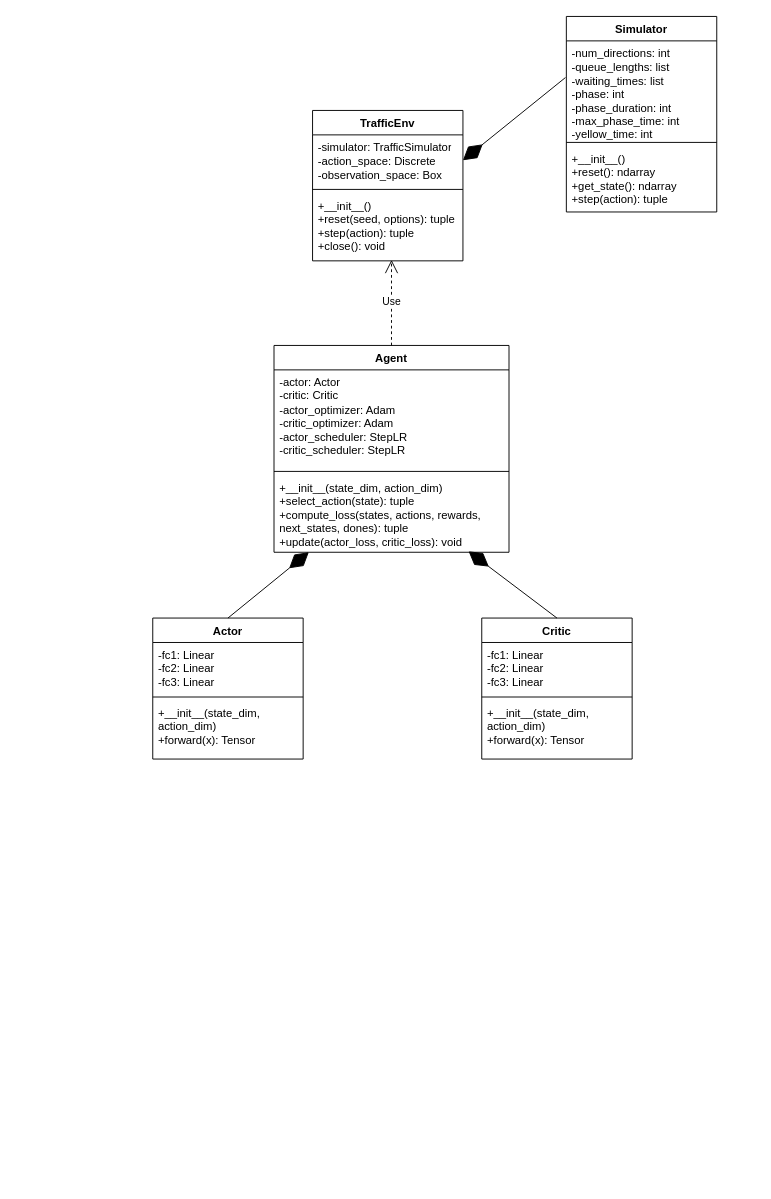
Before: IDEF0 актор-критик.drawio in krasov-rf/EDU, a draw.io diagram. Source tidied: cells renumbered, new cells numbered last; positions are measured from the earlier drawing's top-left corner, leaving out a move shared by most shapes. Both pictures are drawn from the tidied source at 94%, with x=0, y=0 at pixel (152, 16).
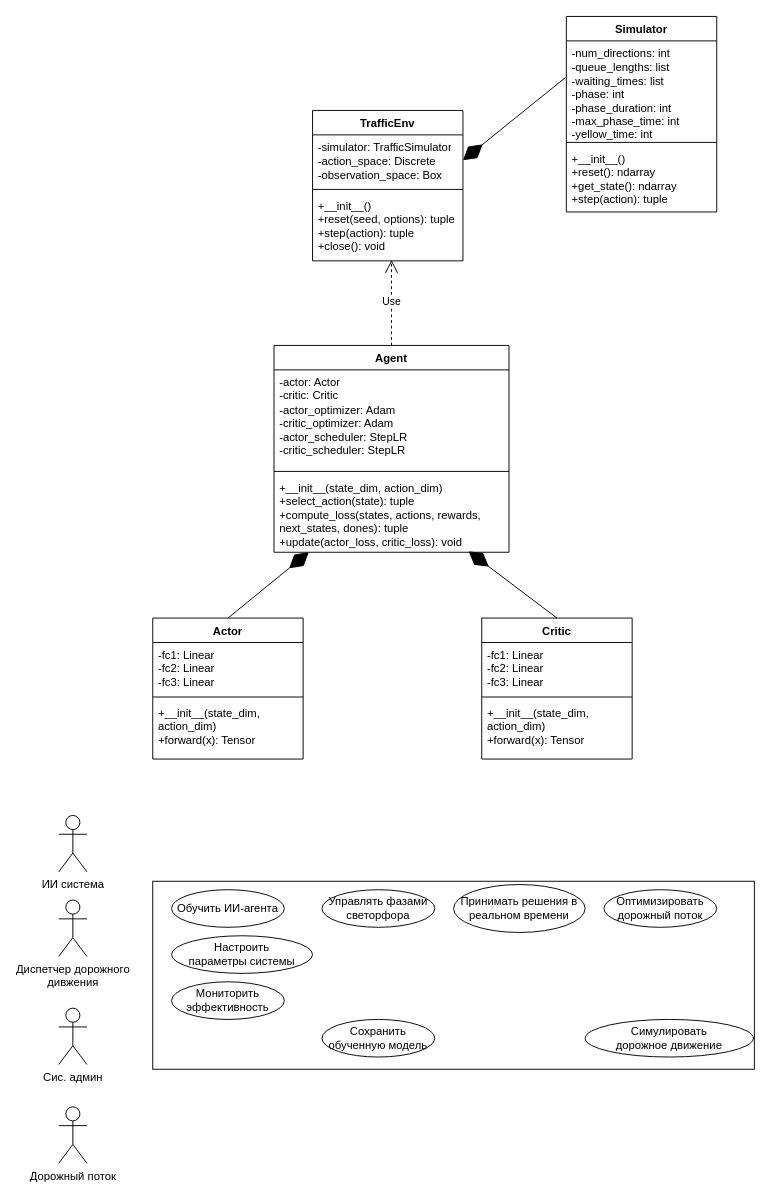
The same diagram, later.

Diff of the diagram source:
```diff
@@
+    <mxCell id="26" style="rounded=0;whiteSpace=wrap;html=1;" parent="1" vertex="1">
+      <mxGeometry y="920" width="640" height="200" as="geometry" />
+    </mxCell>
+    <mxCell id="27" value="Диспетчер дорожного &lt;br&gt;дивжения" style="shape=umlActor;verticalLabelPosition=bottom;verticalAlign=top;html=1;" parent="1" vertex="1">
+      <mxGeometry x="-100" y="940" width="30" height="60" as="geometry" />
+    </mxCell>
+    <mxCell id="28" value="Сис. админ" style="shape=umlActor;verticalLabelPosition=bottom;verticalAlign=top;html=1;" parent="1" vertex="1">
+      <mxGeometry x="-100" y="1055" width="30" height="60" as="geometry" />
+    </mxCell>
+    <mxCell id="29" value="Дорожный поток" style="shape=umlActor;verticalLabelPosition=bottom;verticalAlign=top;html=1;" parent="1" vertex="1">
+      <mxGeometry x="-100" y="1160" width="30" height="60" as="geometry" />
+    </mxCell>
+    <mxCell id="30" value="Обучить ИИ-агента" style="ellipse;whiteSpace=wrap;html=1;" parent="1" vertex="1">
+      <mxGeometry x="20" y="929" width="120" height="40" as="geometry" />
+    </mxCell>
+    <mxCell id="31" value="Настроить &lt;br&gt;параметры системы" style="ellipse;whiteSpace=wrap;html=1;" parent="1" vertex="1">
+      <mxGeometry x="20" y="978" width="150" height="40" as="geometry" />
+    </mxCell>
+    <mxCell id="32" value="Мониторить эффективность" style="ellipse;whiteSpace=wrap;html=1;" parent="1" vertex="1">
+      <mxGeometry x="20" y="1027" width="120" height="40" as="geometry" />
+    </mxCell>
+    <mxCell id="33" value="Симулировать &lt;br&gt;дорожное движение" style="ellipse;whiteSpace=wrap;html=1;" parent="1" vertex="1">
+      <mxGeometry x="460" y="1067" width="179" height="40" as="geometry" />
+    </mxCell>
+    <mxCell id="34" value="ИИ система" style="shape=umlActor;verticalLabelPosition=bottom;verticalAlign=top;html=1;direction=east;" parent="1" vertex="1">
+      <mxGeometry x="-100" y="850" width="30" height="60" as="geometry" />
+    </mxCell>
+    <mxCell id="35" value="Управлять фазами светорфора" style="ellipse;whiteSpace=wrap;html=1;" parent="1" vertex="1">
+      <mxGeometry x="180" y="929" width="120" height="40" as="geometry" />
+    </mxCell>
+    <mxCell id="36" value="Принимать решения в реальном времени" style="ellipse;whiteSpace=wrap;html=1;" parent="1" vertex="1">
+      <mxGeometry x="320" y="923.5" width="140" height="51" as="geometry" />
+    </mxCell>
+    <mxCell id="37" value="Оптимизировать дорожный поток" style="ellipse;whiteSpace=wrap;html=1;" parent="1" vertex="1">
+      <mxGeometry x="480" y="929" width="120" height="40" as="geometry" />
+    </mxCell>
+    <mxCell id="38" value="Сохранить обученную модель" style="ellipse;whiteSpace=wrap;html=1;" parent="1" vertex="1">
+      <mxGeometry x="180" y="1067" width="120" height="40" as="geometry" />
+    </mxCell>
```
